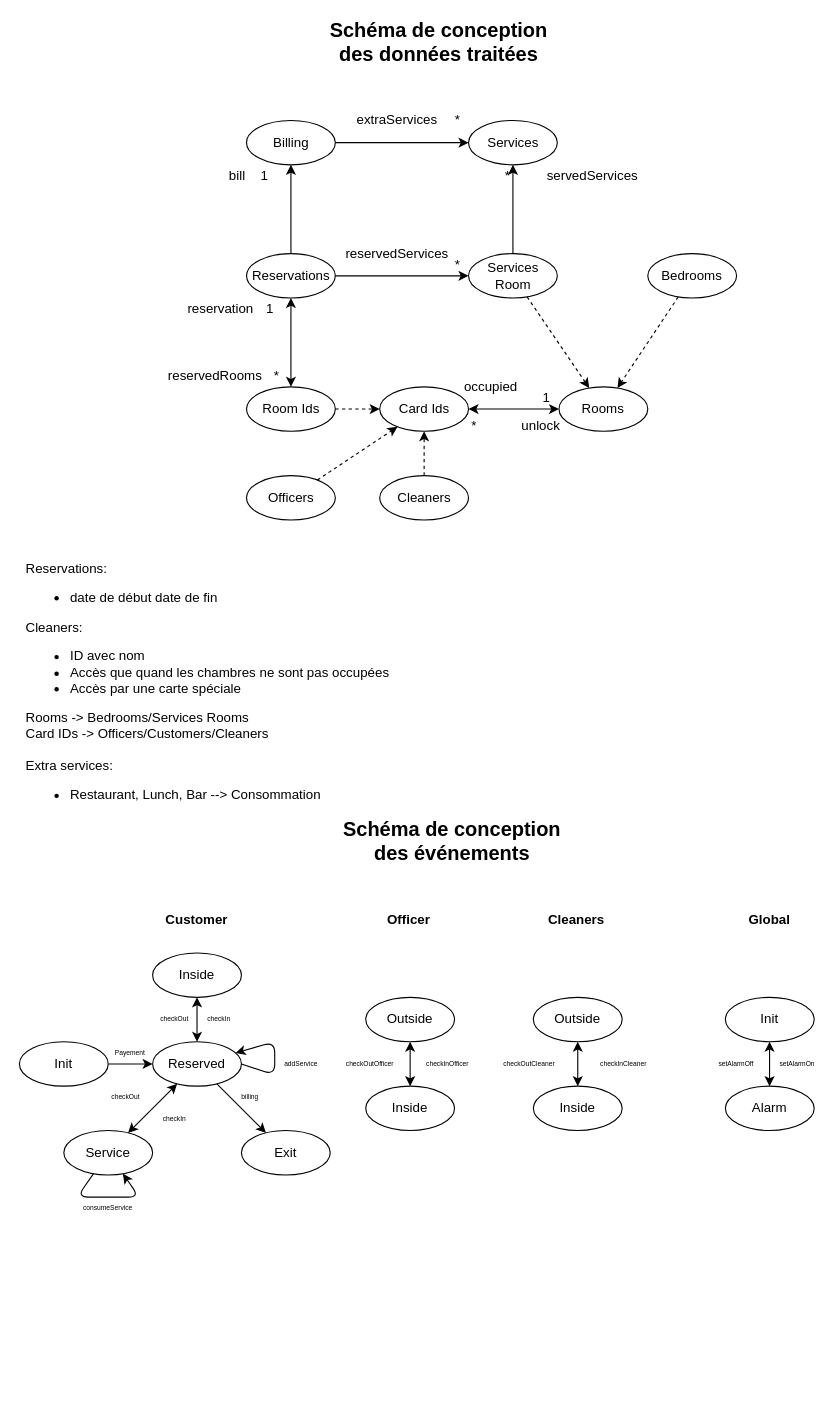
The draw.io diagram doc/specification.drawio in Reynault/MOSOS-Subject-3, before the edit. Source tidied: cells renumbered, new cells numbered last; positions are measured from the earlier drawing's top-left corner, leaving out a move shared by most shapes. Both pictures are drawn from the tidied source at 111%, with x=0, y=0 at pixel (19, 31).
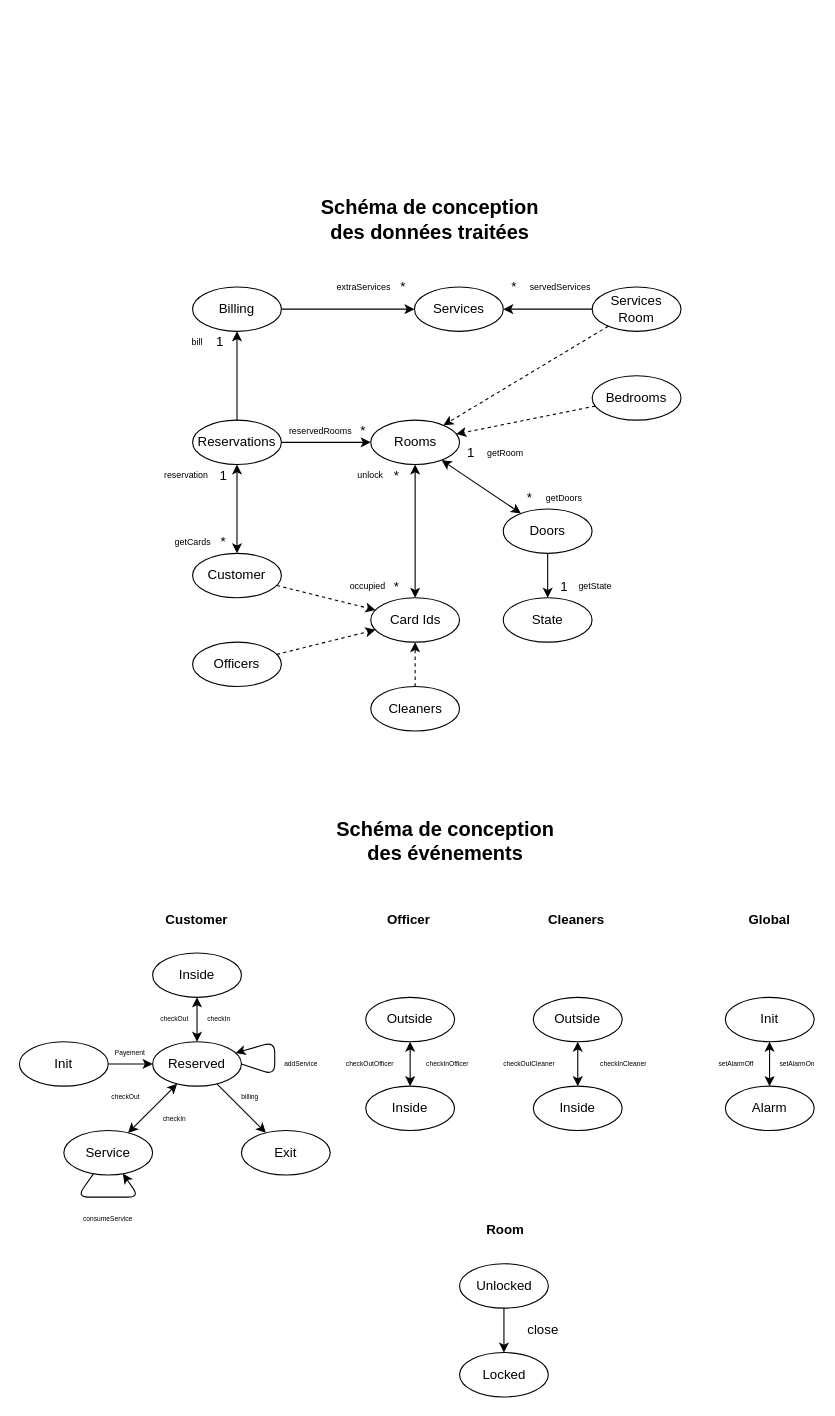
The same diagram, later.

The edit, as a diff of the source:
```diff
@@
-    <mxCell id="2" value="Reservations: &lt;br&gt;&lt;ul&gt;&lt;li&gt;&lt;span&gt;date de début date de fin&lt;/span&gt;&lt;/li&gt;&lt;/ul&gt;&lt;div&gt;Cleaners:&lt;/div&gt;&lt;div&gt;&lt;ul&gt;&lt;li&gt;ID avec nom&lt;/li&gt;&lt;li&gt;Accès que quand les chambres ne sont pas occupées&lt;/li&gt;&lt;li&gt;Accès par une carte spéciale&lt;/li&gt;&lt;/ul&gt;&lt;div&gt;Rooms -&amp;gt; Bedrooms/Services Rooms&lt;/div&gt;&lt;div&gt;Card IDs -&amp;gt; Officers/Customers/Cleaners&lt;/div&gt;&lt;/div&gt;&lt;div&gt;&lt;br&gt;&lt;/div&gt;&lt;div&gt;Extra services:&lt;/div&gt;&lt;div&gt;&lt;ul&gt;&lt;li&gt;Restaurant, Lunch, Bar --&amp;gt; Consommation&lt;br&gt;&lt;/li&gt;&lt;/ul&gt;&lt;/div&gt;" style="text;whiteSpace=wrap;html=1;" parent="1" vertex="1">
-      <mxGeometry x="4" y="470" width="360" height="220" as="geometry" />
-    </mxCell>
     <mxCell id="3" value="Schéma de conception des données traitées" style="text;html=1;strokeColor=none;fillColor=none;align=center;verticalAlign=middle;whiteSpace=wrap;rounded=0;fontSize=18;fontStyle=1;" parent="1" vertex="1">
-      <mxGeometry x="268" width="220" height="20" as="geometry" />
+      <mxGeometry x="259.9" y="160" width="220" height="20" as="geometry" />
     </mxCell>
@@
     <mxCell id="5" value="Schéma de conception des événements" style="text;html=1;strokeColor=none;fillColor=none;align=center;verticalAlign=middle;whiteSpace=wrap;rounded=0;fontSize=18;fontStyle=1;" parent="1" vertex="1">
-      <mxGeometry x="280" y="720" width="220" height="20" as="geometry" />
+      <mxGeometry x="274" y="720" width="220" height="20" as="geometry" />
     </mxCell>
@@
     <mxCell id="18" value="&lt;font style=&quot;font-size: 6px;&quot;&gt;consumeService&lt;/font&gt;" style="text;html=1;strokeColor=none;fillColor=none;align=center;verticalAlign=middle;whiteSpace=wrap;rounded=0;fontSize=6;" parent="1" vertex="1">
-      <mxGeometry x="56" y="1050" width="48" height="20" as="geometry" />
+      <mxGeometry x="56" y="1060" width="48" height="20" as="geometry" />
     </mxCell>
@@
     <mxCell id="43" value="&lt;span style=&quot;text-align: left&quot;&gt;Services Room&lt;/span&gt;" style="ellipse;whiteSpace=wrap;html=1;" parent="1" vertex="1">
-      <mxGeometry x="404.6" y="200" width="80" height="40" as="geometry" />
+      <mxGeometry x="516" y="230" width="80" height="40" as="geometry" />
     </mxCell>
-    <mxCell id="44" value="Room Ids" style="ellipse;whiteSpace=wrap;html=1;" parent="1" vertex="1">
-      <mxGeometry x="204.6" y="320" width="80" height="40" as="geometry" />
+    <mxCell id="44" value="Customer" style="ellipse;whiteSpace=wrap;html=1;" parent="1" vertex="1">
+      <mxGeometry x="156" y="470" width="80" height="40" as="geometry" />
     </mxCell>
     <mxCell id="45" value="Officers" style="ellipse;whiteSpace=wrap;html=1;" parent="1" vertex="1">
-      <mxGeometry x="204.6" y="400" width="80" height="40" as="geometry" />
+      <mxGeometry x="156" y="550" width="80" height="40" as="geometry" />
     </mxCell>
     <mxCell id="46" value="Cleaners" style="ellipse;whiteSpace=wrap;html=1;" parent="1" vertex="1">
-      <mxGeometry x="324.6" y="400" width="80" height="40" as="geometry" />
+      <mxGeometry x="316.5" y="590" width="80" height="40" as="geometry" />
     </mxCell>
     <mxCell id="47" value="Card Ids" style="ellipse;whiteSpace=wrap;html=1;" parent="1" vertex="1">
-      <mxGeometry x="324.6" y="320" width="80" height="40" as="geometry" />
+      <mxGeometry x="316.5" y="510" width="80" height="40" as="geometry" />
     </mxCell>
     <mxCell id="48" value="&lt;span style=&quot;text-align: left&quot;&gt;Bedrooms&lt;/span&gt;" style="ellipse;whiteSpace=wrap;html=1;" parent="1" vertex="1">
-      <mxGeometry x="566.1" y="200" width="80" height="40" as="geometry" />
+      <mxGeometry x="516" y="310" width="80" height="40" as="geometry" />
     </mxCell>
     <mxCell id="49" value="&lt;span style=&quot;text-align: left&quot;&gt;Rooms&lt;/span&gt;" style="ellipse;whiteSpace=wrap;html=1;" parent="1" vertex="1">
-      <mxGeometry x="486.1" y="320" width="80" height="40" as="geometry" />
+      <mxGeometry x="316.5" y="350" width="80" height="40" as="geometry" />
     </mxCell>
@@
     <mxCell id="55" value="Reservations" style="ellipse;whiteSpace=wrap;html=1;" parent="1" vertex="1">
-      <mxGeometry x="204.6" y="200" width="80" height="40" as="geometry" />
+      <mxGeometry x="156" y="350" width="80" height="40" as="geometry" />
     </mxCell>
     <mxCell id="56" value="Billing" style="ellipse;whiteSpace=wrap;html=1;" parent="1" vertex="1">
-      <mxGeometry x="204.6" y="80" width="80" height="40" as="geometry" />
+      <mxGeometry x="156" y="230" width="80" height="40" as="geometry" />
     </mxCell>
@@
     <mxCell id="58" value="1" style="text;html=1;strokeColor=none;fillColor=none;align=center;verticalAlign=middle;whiteSpace=wrap;rounded=0;" parent="1" vertex="1">
-      <mxGeometry x="210.9" y="120" width="20" height="20" as="geometry" />
+      <mxGeometry x="170.9" y="270" width="20" height="20" as="geometry" />
     </mxCell>
-    <mxCell id="59" value="bill" style="text;html=1;align=center;verticalAlign=middle;" parent="1" vertex="1">
-      <mxGeometry x="180.9" y="120" width="30" height="20" as="geometry" />
+    <mxCell id="59" value="bill" style="text;html=1;align=center;verticalAlign=middle;fontSize=8;" parent="1" vertex="1">
+      <mxGeometry x="145" y="270" width="30" height="20" as="geometry" />
     </mxCell>
     <mxCell id="60" value="&lt;span style=&quot;text-align: left&quot;&gt;Services&lt;/span&gt;" style="ellipse;whiteSpace=wrap;html=1;" parent="1" vertex="1">
-      <mxGeometry x="404.6" y="80" width="80" height="40" as="geometry" />
+      <mxGeometry x="355.9" y="230" width="80" height="40" as="geometry" />
     </mxCell>
     <mxCell id="61" value="*" style="text;html=1;strokeColor=none;fillColor=none;align=center;verticalAlign=middle;whiteSpace=wrap;rounded=0;" parent="1" vertex="1">
-      <mxGeometry x="429.6" y="120" width="20" height="20" as="geometry" />
+      <mxGeometry x="435.9" y="220" width="20" height="20" as="geometry" />
     </mxCell>
-    <mxCell id="62" style="edgeStyle=orthogonalEdgeStyle;rounded=0;jettySize=auto;html=1;exitX=1;exitY=0.5;exitDx=0;exitDy=0;" parent="1" edge="1" source="56" target="60">
+    <mxCell id="62" style="rounded=0;jettySize=auto;html=1;exitX=1;exitY=0.5;exitDx=0;exitDy=0;" parent="1" edge="1" source="56" target="60">
       <mxGeometry relative="1" as="geometry" />
     </mxCell>
     <mxCell id="63" value="*" style="text;html=1;strokeColor=none;fillColor=none;align=center;verticalAlign=middle;whiteSpace=wrap;rounded=0;" parent="1" vertex="1">
-      <mxGeometry x="384.6" y="70" width="20" height="20" as="geometry" />
+      <mxGeometry x="336" y="220" width="20" height="20" as="geometry" />
     </mxCell>
-    <mxCell id="64" value="extraServices" style="text;html=1;align=center;verticalAlign=middle;" parent="1" vertex="1">
-      <mxGeometry x="294.6" y="70" width="90" height="20" as="geometry" />
+    <mxCell id="64" value="extraServices" style="text;html=1;align=center;verticalAlign=middle;fontSize=8;" parent="1" vertex="1">
+      <mxGeometry x="280" y="220" width="60" height="20" as="geometry" />
     </mxCell>
-    <mxCell id="65" value="servedServices" style="text;html=1;align=center;verticalAlign=middle;" parent="1" vertex="1">
-      <mxGeometry x="466.1" y="120" width="100" height="20" as="geometry" />
+    <mxCell id="65" value="servedServices" style="text;html=1;align=center;verticalAlign=middle;fontSize=8;" parent="1" vertex="1">
+      <mxGeometry x="451.9" y="220" width="70" height="20" as="geometry" />
     </mxCell>
-    <mxCell id="66" style="edgeStyle=orthogonalEdgeStyle;rounded=0;jettySize=auto;html=1;" parent="1" edge="1" source="43" target="60">
+    <mxCell id="66" style="rounded=0;jettySize=auto;html=1;" parent="1" edge="1" source="43" target="60">
       <mxGeometry relative="1" as="geometry" />
     </mxCell>
-    <mxCell id="67" style="edgeStyle=orthogonalEdgeStyle;rounded=0;jettySize=auto;html=1;" parent="1" edge="1" source="55" target="43">
-      <mxGeometry relative="1" as="geometry" />
-    </mxCell>
-    <mxCell id="68" value="*" style="text;html=1;strokeColor=none;fillColor=none;align=center;verticalAlign=middle;whiteSpace=wrap;rounded=0;" parent="1" vertex="1">
-      <mxGeometry x="384.6" y="200" width="20" height="20" as="geometry" />
-    </mxCell>
-    <mxCell id="69" value="reservedServices" style="text;html=1;align=center;verticalAlign=middle;" parent="1" vertex="1">
-      <mxGeometry x="284.6" y="190" width="110" height="20" as="geometry" />
-    </mxCell>
@@
     <mxCell id="71" value="*" style="text;html=1;strokeColor=none;fillColor=none;align=center;verticalAlign=middle;whiteSpace=wrap;rounded=0;" parent="1" vertex="1">
-      <mxGeometry x="221.9" y="300" width="20" height="20" as="geometry" />
+      <mxGeometry x="174" y="450" width="20" height="20" as="geometry" />
     </mxCell>
     <mxCell id="72" value="1" style="text;html=1;strokeColor=none;fillColor=none;align=center;verticalAlign=middle;whiteSpace=wrap;rounded=0;" parent="1" vertex="1">
-      <mxGeometry x="215.9" y="240" width="20" height="20" as="geometry" />
+      <mxGeometry x="174" y="390" width="20" height="20" as="geometry" />
     </mxCell>
-    <mxCell id="73" value="reservation" style="text;html=1;align=center;verticalAlign=middle;" parent="1" vertex="1">
-      <mxGeometry x="145.9" y="240" width="70" height="20" as="geometry" />
+    <mxCell id="73" value="reservation" style="text;html=1;align=center;verticalAlign=middle;fontSize=8;" parent="1" vertex="1">
+      <mxGeometry x="120" y="390" width="60" height="20" as="geometry" />
     </mxCell>
-    <mxCell id="74" value="reservedRooms" style="text;html=1;align=center;verticalAlign=middle;" parent="1" vertex="1">
-      <mxGeometry x="125.9" y="300" width="100" height="20" as="geometry" />
+    <mxCell id="74" value="getCards" style="text;html=1;align=center;verticalAlign=middle;fontSize=8;" parent="1" vertex="1">
+      <mxGeometry x="130.9" y="450" width="50" height="20" as="geometry" />
     </mxCell>
@@
-    <mxCell id="76" value="1" style="text;html=1;strokeColor=none;fillColor=none;align=center;verticalAlign=middle;whiteSpace=wrap;rounded=0;" parent="1" vertex="1">
-      <mxGeometry x="464.6" y="320" width="20" height="20" as="geometry" />
-    </mxCell>
-    <mxCell id="77" value="unlock" style="text;html=1;strokeColor=none;fillColor=none;align=center;verticalAlign=middle;whiteSpace=wrap;rounded=0;" parent="1" vertex="1">
-      <mxGeometry x="444.6" y="345" width="50" height="20" as="geometry" />
+    <mxCell id="77" value="unlock" style="text;html=1;strokeColor=none;fillColor=none;align=center;verticalAlign=middle;whiteSpace=wrap;rounded=0;fontSize=8;" parent="1" vertex="1">
+      <mxGeometry x="298.6" y="390" width="34.9" height="20" as="geometry" />
     </mxCell>
-    <mxCell id="78" value="occupied" style="text;html=1;strokeColor=none;fillColor=none;align=center;verticalAlign=middle;whiteSpace=wrap;rounded=0;" parent="1" vertex="1">
-      <mxGeometry x="399.6" y="310" width="50" height="20" as="geometry" />
+    <mxCell id="78" value="occupied" style="text;html=1;strokeColor=none;fillColor=none;align=center;verticalAlign=middle;whiteSpace=wrap;rounded=0;fontSize=8;" parent="1" vertex="1">
+      <mxGeometry x="296" y="490" width="35.9" height="20" as="geometry" />
     </mxCell>
     <mxCell id="79" value="*" style="text;html=1;strokeColor=none;fillColor=none;align=center;verticalAlign=middle;whiteSpace=wrap;rounded=0;" parent="1" vertex="1">
-      <mxGeometry x="399.6" y="345" width="20" height="20" as="geometry" />
+      <mxGeometry x="330" y="490" width="20" height="20" as="geometry" />
     </mxCell>
+    <mxCell id="80" value="getState" style="text;html=1;strokeColor=none;fillColor=none;align=center;verticalAlign=middle;whiteSpace=wrap;rounded=0;fontSize=8;" parent="1" vertex="1">
+      <mxGeometry x="494" y="490" width="50" height="20" as="geometry" />
+    </mxCell>
+    <mxCell id="81" style="rounded=0;jettySize=auto;html=1;" parent="1" edge="1" source="89" target="82">
+      <mxGeometry relative="1" as="geometry" />
+    </mxCell>
+    <mxCell id="82" value="&lt;span style=&quot;text-align: left&quot;&gt;State&lt;/span&gt;" style="ellipse;whiteSpace=wrap;html=1;" parent="1" vertex="1">
+      <mxGeometry x="435.9" y="510" width="80" height="40" as="geometry" />
+    </mxCell>
+    <mxCell id="83" value="1" style="text;html=1;strokeColor=none;fillColor=none;align=center;verticalAlign=middle;whiteSpace=wrap;rounded=0;" parent="1" vertex="1">
+      <mxGeometry x="481" y="490" width="20" height="20" as="geometry" />
+    </mxCell>
+    <mxCell id="84" value="&lt;font style=&quot;font-size: 12px&quot;&gt;&lt;b&gt;Room&lt;/b&gt;&lt;/font&gt;" style="text;html=1;strokeColor=none;fillColor=none;align=center;verticalAlign=middle;whiteSpace=wrap;rounded=0;fontSize=6;" parent="1" vertex="1">
+      <mxGeometry x="413" y="1070" width="50" height="20" as="geometry" />
+    </mxCell>
+    <mxCell id="85" value="Locked" style="ellipse;whiteSpace=wrap;html=1;" parent="1" vertex="1">
+      <mxGeometry x="396.5" y="1190" width="80" height="40" as="geometry" />
+    </mxCell>
+    <mxCell id="86" value="Unlocked" style="ellipse;whiteSpace=wrap;html=1;" parent="1" vertex="1">
+      <mxGeometry x="396.5" y="1110" width="80" height="40" as="geometry" />
+    </mxCell>
+    <mxCell id="87" style="endArrow=classic;html=1;fontSize=18;startArrow=none;startFill=0;" parent="1" edge="1" source="86" target="85">
+      <mxGeometry relative="1" as="geometry" />
+    </mxCell>
+    <mxCell id="88" value="close" style="text;html=1;strokeColor=none;fillColor=none;align=center;verticalAlign=middle;whiteSpace=wrap;rounded=0;" parent="1" vertex="1">
+      <mxGeometry x="451.9" y="1160" width="40" height="20" as="geometry" />
+    </mxCell>
+    <mxCell id="89" value="&lt;span style=&quot;text-align: left&quot;&gt;Doors&lt;/span&gt;" style="ellipse;whiteSpace=wrap;html=1;" parent="1" vertex="1">
+      <mxGeometry x="435.9" y="430" width="80" height="40" as="geometry" />
+    </mxCell>
+    <mxCell id="90" style="endArrow=classic;html=1;startArrow=classic;startFill=1;" parent="1" edge="1" source="89" target="49">
+      <mxGeometry relative="1" as="geometry" />
+    </mxCell>
+    <mxCell id="91" value="*" style="text;html=1;strokeColor=none;fillColor=none;align=center;verticalAlign=middle;whiteSpace=wrap;rounded=0;" parent="1" vertex="1">
+      <mxGeometry x="449.5" y="410" width="20" height="20" as="geometry" />
+    </mxCell>
+    <mxCell id="92" value="1" style="text;html=1;strokeColor=none;fillColor=none;align=center;verticalAlign=middle;whiteSpace=wrap;rounded=0;" parent="1" vertex="1">
+      <mxGeometry x="396.5" y="370" width="20" height="20" as="geometry" />
+    </mxCell>
+    <mxCell id="93" value="getDoors" style="text;html=1;strokeColor=none;fillColor=none;align=center;verticalAlign=middle;whiteSpace=wrap;rounded=0;fontSize=8;" parent="1" vertex="1">
+      <mxGeometry x="466" y="410" width="49.9" height="20" as="geometry" />
+    </mxCell>
+    <mxCell id="94" value="getRoom" style="text;html=1;strokeColor=none;fillColor=none;align=center;verticalAlign=middle;whiteSpace=wrap;rounded=0;fontSize=8;" parent="1" vertex="1">
+      <mxGeometry x="413.2" y="370" width="49.9" height="20" as="geometry" />
+    </mxCell>
+    <mxCell id="95" value="*" style="text;html=1;strokeColor=none;fillColor=none;align=center;verticalAlign=middle;whiteSpace=wrap;rounded=0;" parent="1" vertex="1">
+      <mxGeometry x="330" y="390" width="20" height="20" as="geometry" />
+    </mxCell>
+    <mxCell id="96" style="endArrow=classic;html=1;" parent="1" edge="1" source="55" target="49">
+      <mxGeometry relative="1" as="geometry" />
+    </mxCell>
+    <mxCell id="97" value="reservedRooms" style="text;html=1;align=center;verticalAlign=middle;fontSize=8;" parent="1" vertex="1">
+      <mxGeometry x="236" y="350" width="70" height="20" as="geometry" />
+    </mxCell>
+    <mxCell id="98" value="*" style="text;html=1;strokeColor=none;fillColor=none;align=center;verticalAlign=middle;whiteSpace=wrap;rounded=0;" parent="1" vertex="1">
+      <mxGeometry x="300" y="350" width="20" height="20" as="geometry" />
+    </mxCell>
```
